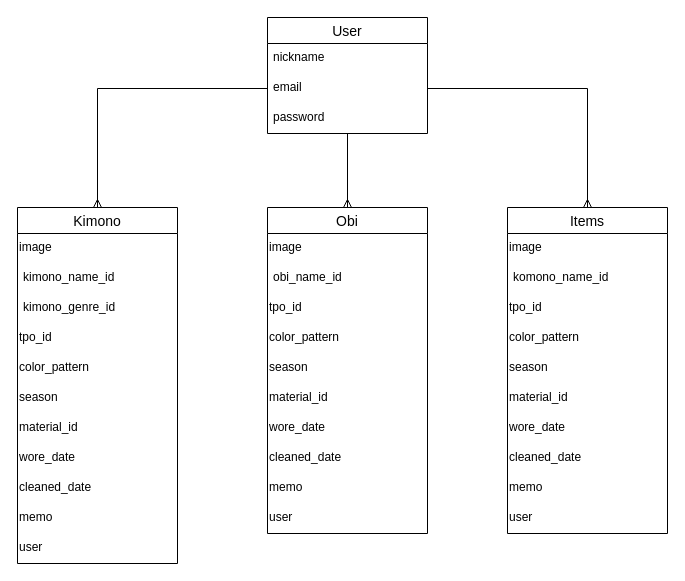
Before: kimono.dio in tumugi-koume/kimono-31114, a draw.io diagram. Source tidied: cells renumbered, new cells numbered last; positions are measured from the earlier drawing's top-left corner, leaving out a move shared by most shapes. Both pictures are drawn from the tidied source at 100%, with x=0, y=0 at pixel (17, 17).
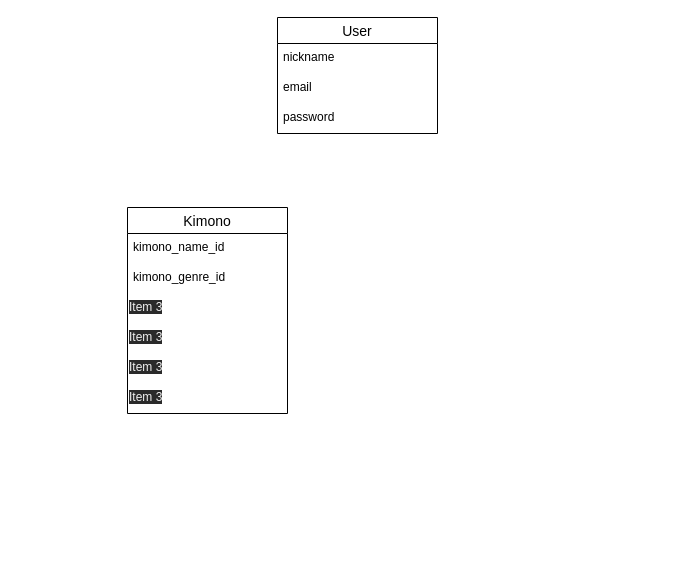
The same diagram, later.

What changed in the source:
```diff
@@
+    <mxCell id="37" value="User" style="swimlane;fontStyle=0;horizontal=1;startSize=26;align=center;fontSize=14;" parent="1" vertex="1">
+      <mxGeometry x="260" width="160" height="116" as="geometry" />
+    </mxCell>
+    <mxCell id="38" value="nickname" style="text;strokeColor=none;fillColor=none;spacingLeft=4;spacingRight=4;overflow=hidden;fontSize=12;" parent="37" vertex="1">
+      <mxGeometry y="26" width="160" height="30" as="geometry" />
+    </mxCell>
+    <mxCell id="39" value="email" style="text;strokeColor=none;fillColor=none;spacingLeft=4;spacingRight=4;overflow=hidden;points=[[0,0.5],[1,0.5]];portConstraint=eastwest;fontSize=12;" parent="37" vertex="1">
+      <mxGeometry y="56" width="160" height="30" as="geometry" />
+    </mxCell>
+    <mxCell id="40" value="password" style="text;strokeColor=none;fillColor=none;spacingLeft=4;spacingRight=4;overflow=hidden;fontSize=12;" parent="37" vertex="1">
+      <mxGeometry y="86" width="160" height="30" as="geometry" />
+    </mxCell>
     <mxCell id="2" value="Kimono" style="swimlane;fontStyle=0;horizontal=1;startSize=26;align=center;fontSize=14;" parent="1" vertex="1">
-      <mxGeometry y="190" width="160" height="356" as="geometry" />
+      <mxGeometry x="110" y="190" width="160" height="206" as="geometry" />
     </mxCell>
-    <mxCell id="3" value="&lt;font face=&quot;helvetica&quot;&gt;image&lt;/font&gt;" style="text;whiteSpace=wrap;html=1;" parent="2" vertex="1">
-      <mxGeometry y="26" width="160" height="30" as="geometry" />
-    </mxCell>
     <mxCell id="4" value="kimono_name_id" style="text;strokeColor=none;fillColor=none;spacingLeft=4;spacingRight=4;overflow=hidden;fontSize=12;" parent="2" vertex="1">
-      <mxGeometry y="56" width="160" height="30" as="geometry" />
+      <mxGeometry y="26" width="160" height="30" as="geometry" />
     </mxCell>
     <mxCell id="5" value="kimono_genre_id" style="text;strokeColor=none;fillColor=none;spacingLeft=4;spacingRight=4;overflow=hidden;fontSize=12;" parent="2" vertex="1">
-      <mxGeometry y="86" width="160" height="30" as="geometry" />
+      <mxGeometry y="56" width="160" height="30" as="geometry" />
     </mxCell>
-    <mxCell id="6" value="&lt;font face=&quot;helvetica&quot;&gt;tpo_id&lt;/font&gt;" style="text;whiteSpace=wrap;html=1;" parent="2" vertex="1">
-      <mxGeometry y="116" width="160" height="30" as="geometry" />
+    <mxCell id="6" value="&lt;span style=&quot;color: rgb(240, 240, 240); font-family: helvetica; font-size: 12px; font-style: normal; font-weight: 400; letter-spacing: normal; text-align: left; text-indent: 0px; text-transform: none; word-spacing: 0px; background-color: rgb(42, 42, 42); display: inline; float: none;&quot;&gt;Item 3&lt;/span&gt;" style="text;whiteSpace=wrap;html=1;" parent="2" vertex="1">
+      <mxGeometry y="86" width="160" height="30" as="geometry" />
     </mxCell>
-    <mxCell id="7" value="&lt;font face=&quot;helvetica&quot;&gt;color_pattern&lt;/font&gt;" style="text;whiteSpace=wrap;html=1;" parent="2" vertex="1">
-      <mxGeometry y="146" width="160" height="30" as="geometry" />
+    <mxCell id="7" value="&lt;span style=&quot;color: rgb(240, 240, 240); font-family: helvetica; font-size: 12px; font-style: normal; font-weight: 400; letter-spacing: normal; text-align: left; text-indent: 0px; text-transform: none; word-spacing: 0px; background-color: rgb(42, 42, 42); display: inline; float: none;&quot;&gt;Item 3&lt;/span&gt;" style="text;whiteSpace=wrap;html=1;" parent="2" vertex="1">
+      <mxGeometry y="116" width="160" height="30" as="geometry" />
     </mxCell>
-    <mxCell id="8" value="&lt;font face=&quot;helvetica&quot;&gt;season&lt;/font&gt;" style="text;whiteSpace=wrap;html=1;" parent="2" vertex="1">
-      <mxGeometry y="176" width="160" height="30" as="geometry" />
+    <mxCell id="8" value="&lt;span style=&quot;color: rgb(240, 240, 240); font-family: helvetica; font-size: 12px; font-style: normal; font-weight: 400; letter-spacing: normal; text-align: left; text-indent: 0px; text-transform: none; word-spacing: 0px; background-color: rgb(42, 42, 42); display: inline; float: none;&quot;&gt;Item 3&lt;/span&gt;" style="text;whiteSpace=wrap;html=1;" parent="2" vertex="1">
+      <mxGeometry y="146" width="160" height="30" as="geometry" />
     </mxCell>
-    <mxCell id="9" value="&lt;font face=&quot;helvetica&quot;&gt;material_id&lt;/font&gt;" style="text;whiteSpace=wrap;html=1;" parent="2" vertex="1">
-      <mxGeometry y="206" width="160" height="30" as="geometry" />
+    <mxCell id="9" value="&lt;span style=&quot;color: rgb(240, 240, 240); font-family: helvetica; font-size: 12px; font-style: normal; font-weight: 400; letter-spacing: normal; text-align: left; text-indent: 0px; text-transform: none; word-spacing: 0px; background-color: rgb(42, 42, 42); display: inline; float: none;&quot;&gt;Item 3&lt;/span&gt;" style="text;whiteSpace=wrap;html=1;" parent="2" vertex="1">
+      <mxGeometry y="176" width="160" height="30" as="geometry" />
     </mxCell>
-    <mxCell id="10" value="&lt;font face=&quot;helvetica&quot;&gt;wore_date&lt;/font&gt;" style="text;whiteSpace=wrap;html=1;" parent="2" vertex="1">
-      <mxGeometry y="236" width="160" height="30" as="geometry" />
-    </mxCell>
-    <mxCell id="11" value="&lt;font face=&quot;helvetica&quot;&gt;cleaned_date&lt;/font&gt;" style="text;whiteSpace=wrap;html=1;" parent="2" vertex="1">
-      <mxGeometry y="266" width="160" height="30" as="geometry" />
-    </mxCell>
-    <mxCell id="12" value="&lt;font face=&quot;helvetica&quot;&gt;memo&lt;/font&gt;" style="text;whiteSpace=wrap;html=1;" parent="2" vertex="1">
-      <mxGeometry y="296" width="160" height="30" as="geometry" />
-    </mxCell>
-    <mxCell id="13" value="&lt;font face=&quot;helvetica&quot;&gt;user&lt;/font&gt;" style="text;whiteSpace=wrap;html=1;" parent="2" vertex="1">
-      <mxGeometry y="326" width="160" height="30" as="geometry" />
-    </mxCell>
-    <mxCell id="14" value="Obi" style="swimlane;fontStyle=0;horizontal=1;startSize=26;align=center;fontSize=14;" parent="1" vertex="1">
-      <mxGeometry x="250" y="190" width="160" height="326" as="geometry" />
-    </mxCell>
-    <mxCell id="15" value="&lt;font face=&quot;helvetica&quot;&gt;image&lt;/font&gt;" style="text;whiteSpace=wrap;html=1;" parent="14" vertex="1">
-      <mxGeometry y="26" width="160" height="30" as="geometry" />
-    </mxCell>
-    <mxCell id="16" value="obi_name_id" style="text;strokeColor=none;fillColor=none;spacingLeft=4;spacingRight=4;overflow=hidden;fontSize=12;" parent="14" vertex="1">
-      <mxGeometry y="56" width="160" height="30" as="geometry" />
-    </mxCell>
-    <mxCell id="17" value="&lt;font face=&quot;helvetica&quot;&gt;tpo_id&lt;/font&gt;" style="text;whiteSpace=wrap;html=1;" parent="14" vertex="1">
-      <mxGeometry y="86" width="160" height="30" as="geometry" />
-    </mxCell>
-    <mxCell id="18" value="&lt;font face=&quot;helvetica&quot;&gt;color_pattern&lt;/font&gt;" style="text;whiteSpace=wrap;html=1;" parent="14" vertex="1">
-      <mxGeometry y="116" width="160" height="30" as="geometry" />
-    </mxCell>
-    <mxCell id="19" value="&lt;font face=&quot;helvetica&quot;&gt;season&lt;/font&gt;" style="text;whiteSpace=wrap;html=1;" parent="14" vertex="1">
-      <mxGeometry y="146" width="160" height="30" as="geometry" />
-    </mxCell>
-    <mxCell id="20" value="&lt;font face=&quot;helvetica&quot;&gt;material_id&lt;/font&gt;" style="text;whiteSpace=wrap;html=1;" parent="14" vertex="1">
-      <mxGeometry y="176" width="160" height="30" as="geometry" />
-    </mxCell>
-    <mxCell id="21" value="&lt;font face=&quot;helvetica&quot;&gt;wore_date&lt;/font&gt;" style="text;whiteSpace=wrap;html=1;" parent="14" vertex="1">
-      <mxGeometry y="206" width="160" height="30" as="geometry" />
-    </mxCell>
-    <mxCell id="22" value="&lt;font face=&quot;helvetica&quot;&gt;cleaned_date&lt;/font&gt;" style="text;whiteSpace=wrap;html=1;" parent="14" vertex="1">
-      <mxGeometry y="236" width="160" height="30" as="geometry" />
-    </mxCell>
-    <mxCell id="23" value="&lt;font face=&quot;helvetica&quot;&gt;memo&lt;/font&gt;" style="text;whiteSpace=wrap;html=1;" parent="14" vertex="1">
-      <mxGeometry y="266" width="160" height="30" as="geometry" />
-    </mxCell>
-    <mxCell id="24" value="&lt;font face=&quot;helvetica&quot;&gt;user&lt;/font&gt;" style="text;whiteSpace=wrap;html=1;" parent="14" vertex="1">
-      <mxGeometry y="296" width="160" height="30" as="geometry" />
-    </mxCell>
-    <mxCell id="25" value="Items" style="swimlane;fontStyle=0;horizontal=1;startSize=26;align=center;fontSize=14;" parent="1" vertex="1">
-      <mxGeometry x="490" y="190" width="160" height="326" as="geometry" />
-    </mxCell>
-    <mxCell id="26" value="&lt;font face=&quot;helvetica&quot;&gt;image&lt;/font&gt;" style="text;whiteSpace=wrap;html=1;" parent="25" vertex="1">
-      <mxGeometry y="26" width="160" height="30" as="geometry" />
-    </mxCell>
-    <mxCell id="27" value="komono_name_id" style="text;strokeColor=none;fillColor=none;spacingLeft=4;spacingRight=4;overflow=hidden;fontSize=12;" parent="25" vertex="1">
-      <mxGeometry y="56" width="160" height="30" as="geometry" />
-    </mxCell>
-    <mxCell id="28" value="&lt;font face=&quot;helvetica&quot;&gt;tpo_id&lt;/font&gt;" style="text;whiteSpace=wrap;html=1;" parent="25" vertex="1">
-      <mxGeometry y="86" width="160" height="30" as="geometry" />
-    </mxCell>
-    <mxCell id="29" value="&lt;font face=&quot;helvetica&quot;&gt;color_pattern&lt;/font&gt;" style="text;whiteSpace=wrap;html=1;" parent="25" vertex="1">
-      <mxGeometry y="116" width="160" height="30" as="geometry" />
-    </mxCell>
-    <mxCell id="30" value="&lt;font face=&quot;helvetica&quot;&gt;season&lt;/font&gt;" style="text;whiteSpace=wrap;html=1;" parent="25" vertex="1">
-      <mxGeometry y="146" width="160" height="30" as="geometry" />
-    </mxCell>
-    <mxCell id="31" value="&lt;font face=&quot;helvetica&quot;&gt;material_id&lt;/font&gt;" style="text;whiteSpace=wrap;html=1;" parent="25" vertex="1">
-      <mxGeometry y="176" width="160" height="30" as="geometry" />
-    </mxCell>
-    <mxCell id="32" value="&lt;font face=&quot;helvetica&quot;&gt;wore_date&lt;/font&gt;" style="text;whiteSpace=wrap;html=1;" parent="25" vertex="1">
-      <mxGeometry y="206" width="160" height="30" as="geometry" />
-    </mxCell>
-    <mxCell id="33" value="&lt;font face=&quot;helvetica&quot;&gt;cleaned_date&lt;/font&gt;" style="text;whiteSpace=wrap;html=1;" parent="25" vertex="1">
-      <mxGeometry y="236" width="160" height="30" as="geometry" />
-    </mxCell>
-    <mxCell id="34" value="&lt;font face=&quot;helvetica&quot;&gt;memo&lt;/font&gt;" style="text;whiteSpace=wrap;html=1;" parent="25" vertex="1">
-      <mxGeometry y="266" width="160" height="30" as="geometry" />
-    </mxCell>
-    <mxCell id="35" value="&lt;font face=&quot;helvetica&quot;&gt;user&lt;/font&gt;" style="text;whiteSpace=wrap;html=1;" parent="25" vertex="1">
-      <mxGeometry y="296" width="160" height="30" as="geometry" />
-    </mxCell>
-    <mxCell id="36" style="edgeStyle=orthogonalEdgeStyle;rounded=0;jettySize=auto;html=1;entryX=0.5;entryY=0;entryDx=0;entryDy=0;endArrow=ERmany;endFill=0;" parent="1" edge="1" source="37" target="14">
-      <mxGeometry relative="1" as="geometry" />
-    </mxCell>
-    <mxCell id="37" value="User" style="swimlane;fontStyle=0;horizontal=1;startSize=26;align=center;fontSize=14;" parent="1" vertex="1">
-      <mxGeometry x="250" width="160" height="116" as="geometry" />
-    </mxCell>
-    <mxCell id="38" value="nickname" style="text;strokeColor=none;fillColor=none;spacingLeft=4;spacingRight=4;overflow=hidden;fontSize=12;" parent="37" vertex="1">
-      <mxGeometry y="26" width="160" height="30" as="geometry" />
-    </mxCell>
-    <mxCell id="39" value="email" style="text;strokeColor=none;fillColor=none;spacingLeft=4;spacingRight=4;overflow=hidden;points=[[0,0.5],[1,0.5]];portConstraint=eastwest;fontSize=12;" parent="37" vertex="1">
-      <mxGeometry y="56" width="160" height="30" as="geometry" />
-    </mxCell>
-    <mxCell id="40" value="password" style="text;strokeColor=none;fillColor=none;spacingLeft=4;spacingRight=4;overflow=hidden;fontSize=12;" parent="37" vertex="1">
-      <mxGeometry y="86" width="160" height="30" as="geometry" />
-    </mxCell>
-    <mxCell id="41" style="edgeStyle=orthogonalEdgeStyle;rounded=0;jettySize=auto;html=1;exitX=0;exitY=0.5;exitDx=0;exitDy=0;endArrow=ERmany;endFill=0;entryX=0.5;entryY=0;entryDx=0;entryDy=0;" parent="1" edge="1" source="39" target="2">
-      <mxGeometry relative="1" as="geometry" />
-    </mxCell>
-    <mxCell id="42" style="edgeStyle=orthogonalEdgeStyle;rounded=0;jettySize=auto;html=1;exitX=1;exitY=0.5;exitDx=0;exitDy=0;endArrow=ERmany;endFill=0;" parent="1" edge="1" source="39" target="25">
-      <mxGeometry relative="1" as="geometry" />
-    </mxCell>
```
